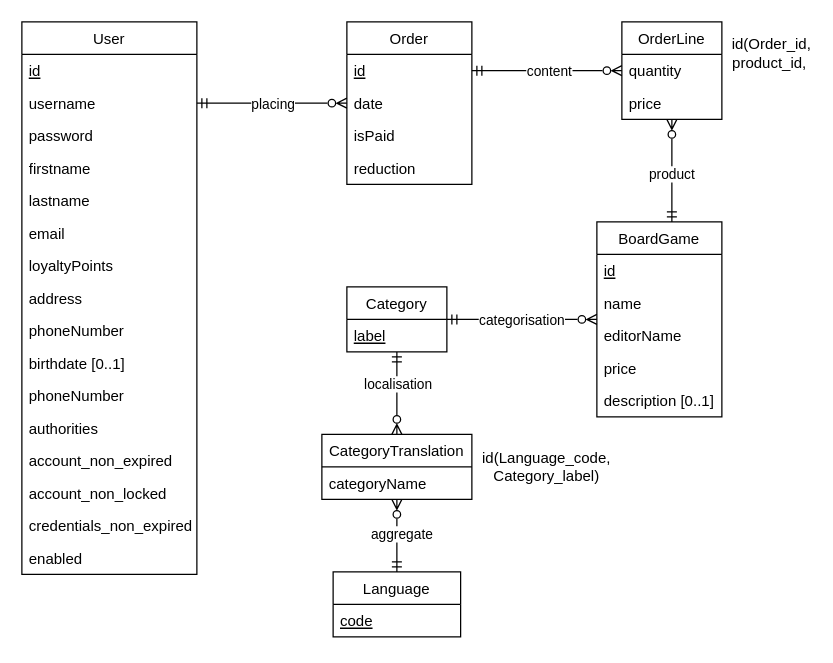
Earlier version of the draw.io diagram entity_relationship_diagram.drawio (FlamandPierre/AdvancedWebProject). Source tidied: cells renumbered, new cells numbered last; positions are measured from the earlier drawing's top-left corner, leaving out a move shared by most shapes. Both pictures are drawn from the tidied source at 125%, with x=0, y=0 at pixel (21, 21).
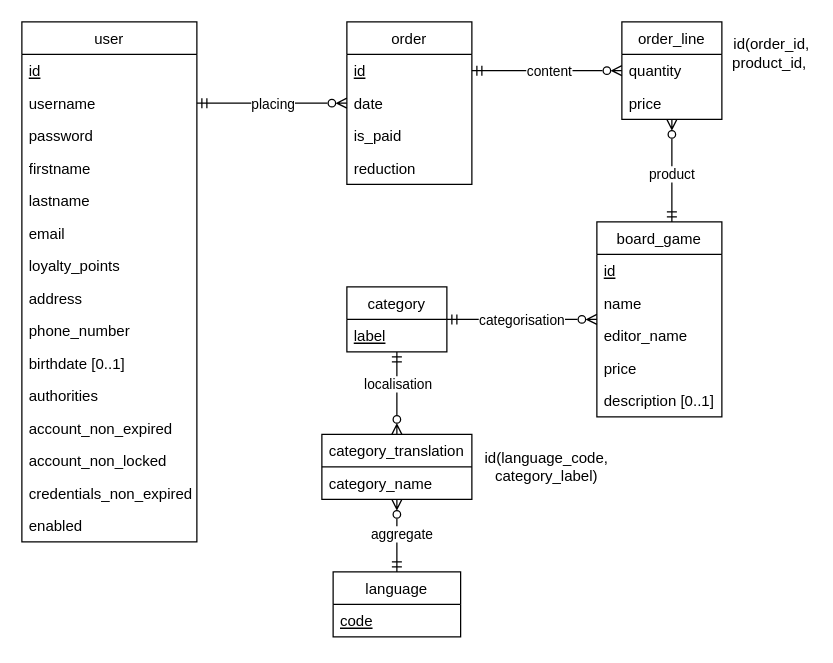
The same diagram, later.

Diff of the diagram source:
```diff
@@
-    <mxCell id="2" value="User" style="swimlane;fontStyle=0;horizontal=1;startSize=26;fillColor=none;" parent="1" vertex="1">
-      <mxGeometry width="140" height="442" as="geometry" />
+    <mxCell id="2" value="user" style="swimlane;fontStyle=0;horizontal=1;startSize=26;fillColor=none;" parent="1" vertex="1">
+      <mxGeometry width="140" height="416" as="geometry" />
     </mxCell>
@@
-    <mxCell id="9" value="loyaltyPoints" style="text;strokeColor=none;fillColor=none;align=left;verticalAlign=top;spacingLeft=4;spacingRight=4;overflow=hidden;" parent="2" vertex="1">
+    <mxCell id="9" value="loyalty_points" style="text;strokeColor=none;fillColor=none;align=left;verticalAlign=top;spacingLeft=4;spacingRight=4;overflow=hidden;" parent="2" vertex="1">
       <mxGeometry y="182" width="140" height="26" as="geometry" />
     </mxCell>
@@
-    <mxCell id="11" value="phoneNumber" style="text;strokeColor=none;fillColor=none;align=left;verticalAlign=top;spacingLeft=4;spacingRight=4;overflow=hidden;" parent="2" vertex="1">
+    <mxCell id="11" value="phone_number" style="text;strokeColor=none;fillColor=none;align=left;verticalAlign=top;spacingLeft=4;spacingRight=4;overflow=hidden;" parent="2" vertex="1">
       <mxGeometry y="234" width="140" height="26" as="geometry" />
     </mxCell>
@@
-    <mxCell id="13" value="phoneNumber" style="text;strokeColor=none;fillColor=none;align=left;verticalAlign=top;spacingLeft=4;spacingRight=4;overflow=hidden;" parent="2" vertex="1">
-      <mxGeometry y="286" width="140" height="26" as="geometry" />
-    </mxCell>
     <mxCell id="14" value="authorities" style="text;strokeColor=none;fillColor=none;align=left;verticalAlign=top;spacingLeft=4;spacingRight=4;overflow=hidden;" parent="2" vertex="1">
-      <mxGeometry y="312" width="140" height="26" as="geometry" />
+      <mxGeometry y="286" width="140" height="26" as="geometry" />
     </mxCell>
     <mxCell id="15" value="account_non_expired" style="text;strokeColor=none;fillColor=none;align=left;verticalAlign=top;spacingLeft=4;spacingRight=4;overflow=hidden;" parent="2" vertex="1">
-      <mxGeometry y="338" width="140" height="26" as="geometry" />
+      <mxGeometry y="312" width="140" height="26" as="geometry" />
     </mxCell>
     <mxCell id="16" value="account_non_locked" style="text;strokeColor=none;fillColor=none;align=left;verticalAlign=top;spacingLeft=4;spacingRight=4;overflow=hidden;" parent="2" vertex="1">
-      <mxGeometry y="364" width="140" height="26" as="geometry" />
+      <mxGeometry y="338" width="140" height="26" as="geometry" />
     </mxCell>
     <mxCell id="17" value="credentials_non_expired" style="text;strokeColor=none;fillColor=none;align=left;verticalAlign=top;spacingLeft=4;spacingRight=4;overflow=hidden;" parent="2" vertex="1">
-      <mxGeometry y="390" width="140" height="26" as="geometry" />
+      <mxGeometry y="364" width="140" height="26" as="geometry" />
     </mxCell>
     <mxCell id="18" value="enabled" style="text;strokeColor=none;fillColor=none;align=left;verticalAlign=top;spacingLeft=4;spacingRight=4;overflow=hidden;" parent="2" vertex="1">
-      <mxGeometry y="416" width="140" height="26" as="geometry" />
+      <mxGeometry y="390" width="140" height="26" as="geometry" />
     </mxCell>
@@
-    <mxCell id="21" value="BoardGame" style="swimlane;fontStyle=0;horizontal=1;startSize=26;fillColor=none;" parent="1" vertex="1">
+    <mxCell id="21" value="board_game" style="swimlane;fontStyle=0;horizontal=1;startSize=26;fillColor=none;" parent="1" vertex="1">
       <mxGeometry x="460" y="160" width="100" height="156" as="geometry" />
     </mxCell>
@@
-    <mxCell id="24" value="editorName" style="text;strokeColor=none;fillColor=none;align=left;verticalAlign=top;spacingLeft=4;spacingRight=4;overflow=hidden;" parent="21" vertex="1">
+    <mxCell id="24" value="editor_name" style="text;strokeColor=none;fillColor=none;align=left;verticalAlign=top;spacingLeft=4;spacingRight=4;overflow=hidden;" parent="21" vertex="1">
       <mxGeometry y="78" width="100" height="26" as="geometry" />
     </mxCell>
@@
-    <mxCell id="27" value="Category" style="swimlane;fontStyle=0;horizontal=1;startSize=26;fillColor=none;" parent="1" vertex="1">
+    <mxCell id="27" value="category" style="swimlane;fontStyle=0;horizontal=1;startSize=26;fillColor=none;" parent="1" vertex="1">
       <mxGeometry x="260" y="212" width="80" height="52" as="geometry" />
     </mxCell>
@@
-    <mxCell id="29" value="Order" style="swimlane;fontStyle=0;horizontal=1;startSize=26;fillColor=none;" parent="1" vertex="1">
+    <mxCell id="29" value="order" style="swimlane;fontStyle=0;horizontal=1;startSize=26;fillColor=none;" parent="1" vertex="1">
       <mxGeometry x="260" width="100" height="130" as="geometry" />
     </mxCell>
@@
-    <mxCell id="32" value="isPaid" style="text;strokeColor=none;fillColor=none;align=left;verticalAlign=top;spacingLeft=4;spacingRight=4;overflow=hidden;fontStyle=0;" parent="29" vertex="1">
+    <mxCell id="32" value="is_paid" style="text;strokeColor=none;fillColor=none;align=left;verticalAlign=top;spacingLeft=4;spacingRight=4;overflow=hidden;fontStyle=0;" parent="29" vertex="1">
       <mxGeometry y="78" width="100" height="26" as="geometry" />
     </mxCell>
@@
-    <mxCell id="38" value="OrderLine" style="swimlane;fontStyle=0;horizontal=1;startSize=26;fillColor=none;" parent="1" vertex="1">
+    <mxCell id="38" value="order_line" style="swimlane;fontStyle=0;horizontal=1;startSize=26;fillColor=none;" parent="1" vertex="1">
       <mxGeometry x="480" width="80" height="78" as="geometry" />
     </mxCell>
@@
-    <mxCell id="43" value="CategoryTranslation" style="swimlane;fontStyle=0;horizontal=1;startSize=26;fillColor=none;" parent="1" vertex="1">
+    <mxCell id="43" value="category_translation" style="swimlane;fontStyle=0;horizontal=1;startSize=26;fillColor=none;" parent="1" vertex="1">
       <mxGeometry x="240" y="330" width="120" height="52" as="geometry" />
     </mxCell>
-    <mxCell id="44" value="categoryName" style="text;strokeColor=none;fillColor=none;align=left;verticalAlign=top;spacingLeft=4;spacingRight=4;overflow=hidden;fontStyle=0;" parent="43" vertex="1">
+    <mxCell id="44" value="category_name" style="text;strokeColor=none;fillColor=none;align=left;verticalAlign=top;spacingLeft=4;spacingRight=4;overflow=hidden;fontStyle=0;" parent="43" vertex="1">
       <mxGeometry y="26" width="120" height="26" as="geometry" />
     </mxCell>
-    <mxCell id="45" value="Language" style="swimlane;fontStyle=0;horizontal=1;startSize=26;fillColor=none;" parent="1" vertex="1">
+    <mxCell id="45" value="language" style="swimlane;fontStyle=0;horizontal=1;startSize=26;fillColor=none;" parent="1" vertex="1">
       <mxGeometry x="249" y="440" width="102" height="52" as="geometry" />
     </mxCell>
@@
-    <mxCell id="51" value="id(Order_id, product_id,&amp;nbsp;" style="text;html=1;strokeColor=none;fillColor=none;align=center;verticalAlign=middle;whiteSpace=wrap;rounded=0;" parent="1" vertex="1">
+    <mxCell id="51" value="id(order_id, product_id,&amp;nbsp;" style="text;html=1;strokeColor=none;fillColor=none;align=center;verticalAlign=middle;whiteSpace=wrap;rounded=0;" parent="1" vertex="1">
       <mxGeometry x="570" y="10" width="60" height="30" as="geometry" />
     </mxCell>
-    <mxCell id="52" value="id(Language_code, Category_label)" style="text;html=1;strokeColor=none;fillColor=none;align=center;verticalAlign=middle;whiteSpace=wrap;rounded=0;" parent="1" vertex="1">
+    <mxCell id="52" value="id(language_code, category_label)" style="text;html=1;strokeColor=none;fillColor=none;align=center;verticalAlign=middle;whiteSpace=wrap;rounded=0;" parent="1" vertex="1">
       <mxGeometry x="390" y="341" width="60" height="30" as="geometry" />
     </mxCell>
```
